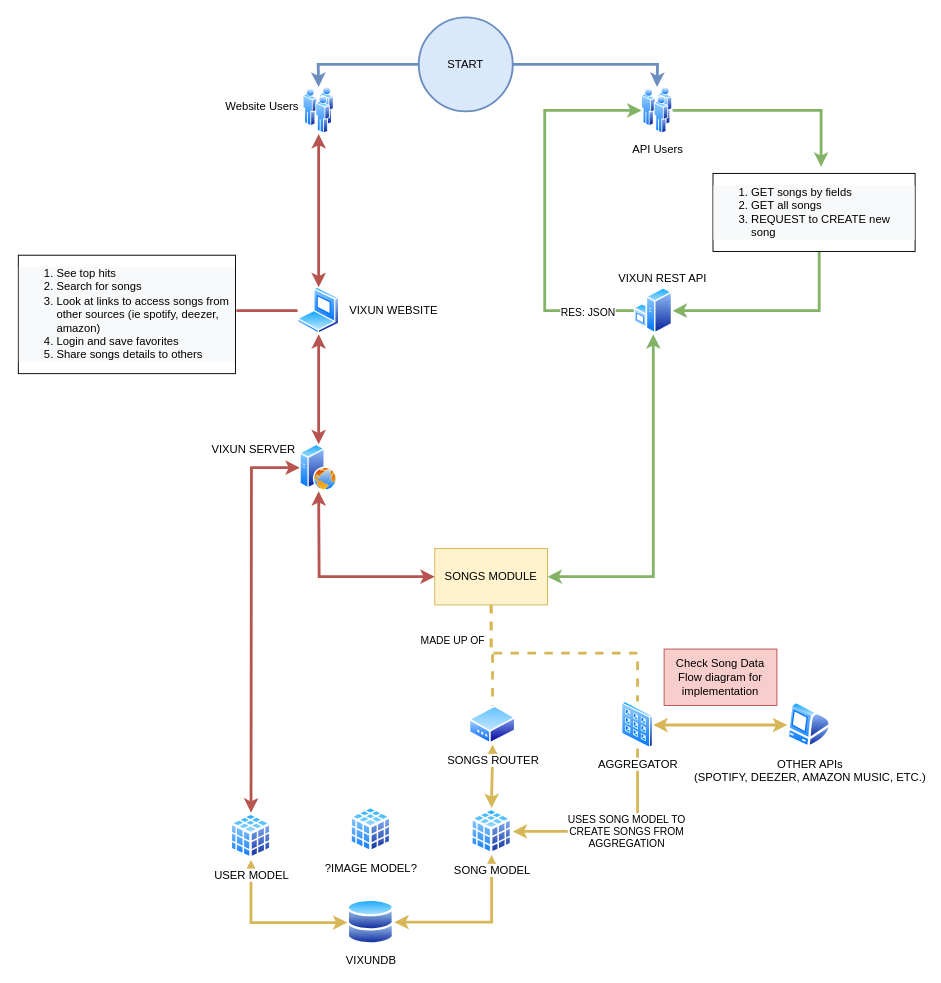
ReyhanArdiya/VIXUN-music-finder keeps this draw.io diagram as page "VIXUN Project Overview" (1 of 4) of VIXUN.drawio. Above is the earlier version. Source tidied: cells renumbered, new cells numbered last; positions are measured from the earlier drawing's top-left corner, leaving out a move shared by most shapes. Both pictures are drawn from the tidied source at 94%, with x=0, y=0 at pixel (16, 17).
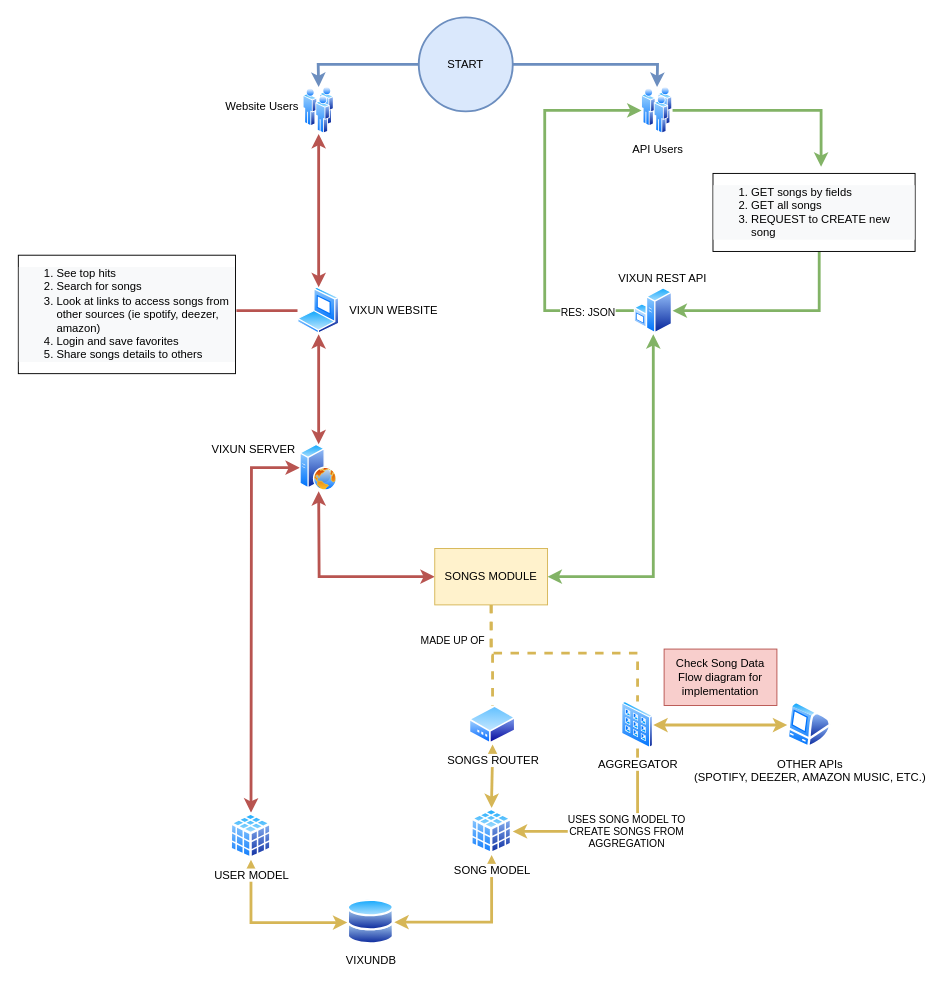
After the change.

Diff of the diagram source:
```diff
@@
-    <mxCell id="43" value="?IMAGE MODEL?" style="perimeter=ellipsePerimeter;html=1;align=center;shadow=0;dashed=0;spacingTop=3;image;image=img/lib/active_directory/database_cube.svg;fontFamily=Helvetica;" parent="1" vertex="1">
-      <mxGeometry x="354.5" y="839" width="45" height="50" as="geometry" />
-    </mxCell>
```
